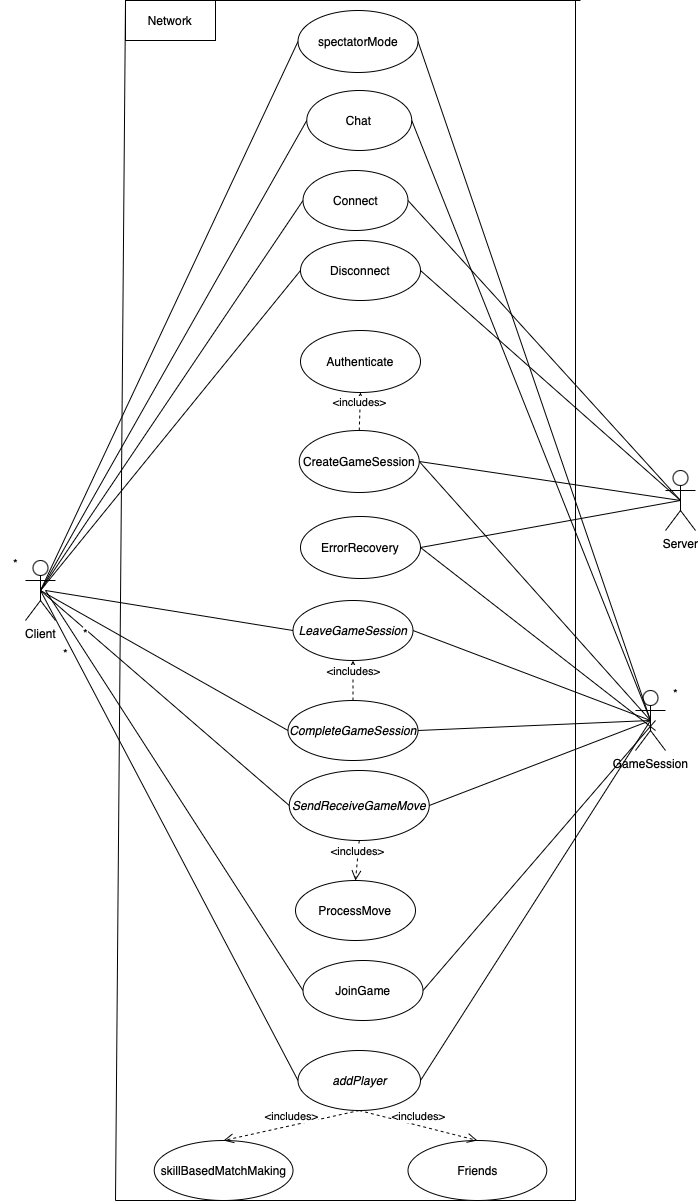
Earlier version of the draw.io export docs/diagrams/NetworkingUseCaseDiagram.png (marinara782/OMG-Multiplayer-Project). Source tidied: cells renumbered, new cells last; positions are measured from the earlier drawing's top-left corner, leaving out a move shared by most shapes.
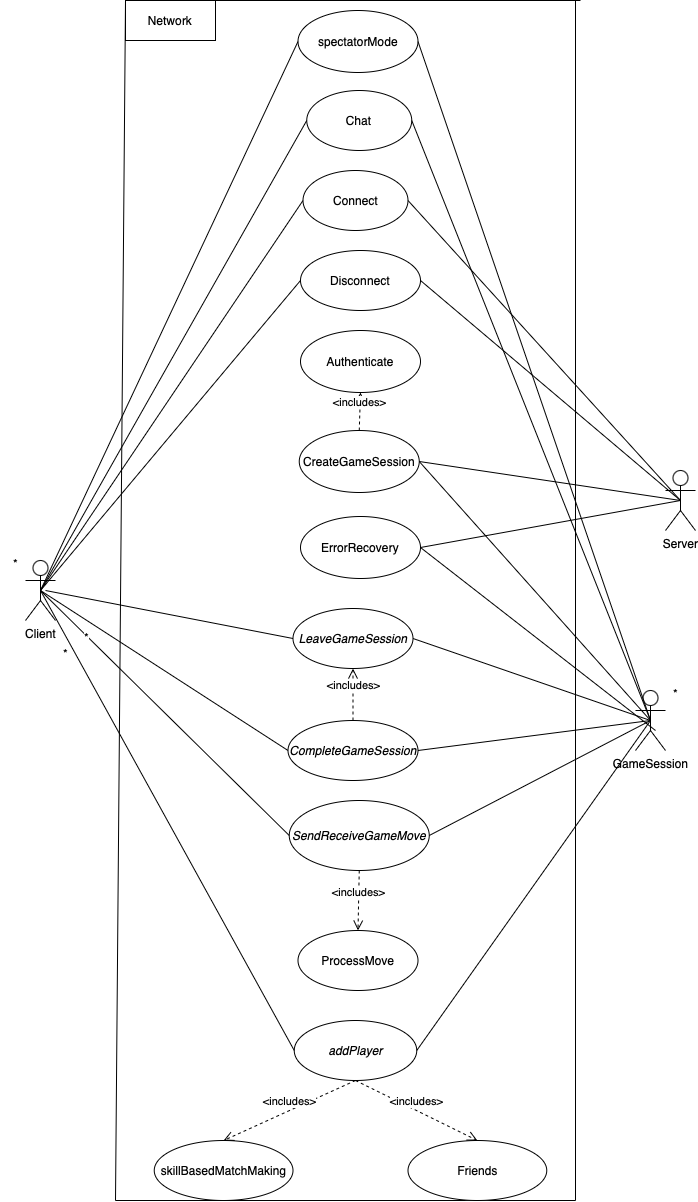
After the commit.

The edit, as a diff of the source:
```diff
@@ -15,7 +15,7 @@
       <mxGeometry x="302.5" y="170" width="105" height="60" as="geometry" />
     </mxCell>
     <mxCell id="6" value="Disconnect" style="ellipse;whiteSpace=wrap;html=1;" parent="1" vertex="1">
-      <mxGeometry x="300" y="240" width="120" height="60" as="geometry" />
+      <mxGeometry x="300" y="250" width="120" height="60" as="geometry" />
     </mxCell>
     <mxCell id="7" style="endArrow=none;html=1;rounded=0;exitX=0.5;exitY=0.5;exitDx=0;exitDy=0;exitPerimeter=0;entryX=0;entryY=0.5;entryDx=0;entryDy=0;" parent="1" edge="1" source="2" target="5">
       <mxGeometry relative="1" as="geometry" />
@@ -30,7 +30,7 @@
       <mxGeometry relative="1" as="geometry" />
     </mxCell>
     <mxCell id="11" value="&lt;i&gt;SendReceiveGameMove&lt;/i&gt;" style="ellipse;whiteSpace=wrap;html=1;" parent="1" vertex="1">
-      <mxGeometry x="288.8" y="770" width="140" height="70" as="geometry" />
+      <mxGeometry x="288.8" y="800" width="140" height="70" as="geometry" />
     </mxCell>
     <mxCell id="12" style="endArrow=none;html=1;rounded=0;exitX=0.5;exitY=0.5;exitDx=0;exitDy=0;exitPerimeter=0;entryX=0;entryY=0.5;entryDx=0;entryDy=0;" parent="1" edge="1" source="2" target="11">
       <mxGeometry relative="1" as="geometry" />
@@ -59,7 +59,7 @@
       <mxGeometry x="660" y="678" width="30" height="30" as="geometry" />
     </mxCell>
     <mxCell id="20" value="&lt;i&gt;addPlayer&lt;/i&gt;" style="ellipse;whiteSpace=wrap;html=1;" parent="1" vertex="1">
-      <mxGeometry x="297.5" y="1050" width="122.5" height="60" as="geometry" />
+      <mxGeometry x="293.8" y="1020" width="122.5" height="60" as="geometry" />
     </mxCell>
     <mxCell id="21" style="endArrow=none;html=1;rounded=0;entryX=0.5;entryY=0.5;entryDx=0;entryDy=0;entryPerimeter=0;exitX=1;exitY=0.5;exitDx=0;exitDy=0;" parent="1" edge="1" source="20" target="4">
       <mxGeometry relative="1" as="geometry" />
@@ -71,7 +71,7 @@
       <mxGeometry x="153.8" y="1140" width="138.8" height="60" as="geometry" />
     </mxCell>
     <mxCell id="24" value="ProcessMove" style="ellipse;whiteSpace=wrap;html=1;" parent="1" vertex="1">
-      <mxGeometry x="295" y="880" width="120" height="60" as="geometry" />
+      <mxGeometry x="297.5" y="930" width="120" height="60" as="geometry" />
     </mxCell>
     <mxCell id="25" value="&amp;lt;includes&amp;gt;" style="html=1;verticalAlign=bottom;endArrow=open;dashed=1;endSize=8;curved=0;rounded=0;exitX=0.5;exitY=1;exitDx=0;exitDy=0;entryX=0.5;entryY=0;entryDx=0;entryDy=0;" parent="1" edge="1" source="11" target="24">
       <mxGeometry relative="1" as="geometry" />
@@ -122,10 +122,10 @@
       <mxGeometry relative="1" as="geometry" />
     </mxCell>
     <mxCell id="37" value="&lt;i&gt;LeaveGameSession&lt;/i&gt;" style="ellipse;whiteSpace=wrap;html=1;" parent="1" vertex="1">
-      <mxGeometry x="292.5" y="600" width="120" height="60" as="geometry" />
+      <mxGeometry x="292.5" y="608" width="120" height="60" as="geometry" />
     </mxCell>
     <mxCell id="38" value="&lt;i&gt;CompleteGameSession&lt;/i&gt;" style="ellipse;whiteSpace=wrap;html=1;" parent="1" vertex="1">
-      <mxGeometry x="287.5" y="700" width="130" height="60" as="geometry" />
+      <mxGeometry x="287.5" y="720" width="130" height="60" as="geometry" />
     </mxCell>
     <mxCell id="39" style="endArrow=none;html=1;rounded=0;entryX=0;entryY=0.5;entryDx=0;entryDy=0;" parent="1" edge="1" target="37">
       <mxGeometry relative="1" as="geometry">
@@ -159,19 +159,6 @@
     <mxCell id="48" style="endArrow=none;html=1;rounded=0;entryX=1;entryY=0.5;entryDx=0;entryDy=0;exitX=0.5;exitY=0.5;exitDx=0;exitDy=0;exitPerimeter=0;" parent="1" edge="1" source="4" target="46">
       <mxGeometry relative="1" as="geometry" />
     </mxCell>
-    <mxCell id="49" value="JoinGame" style="ellipse;whiteSpace=wrap;html=1;" parent="1" vertex="1">
-      <mxGeometry x="302.5" y="960" width="120" height="60" as="geometry" />
-    </mxCell>
-    <mxCell id="50" style="endArrow=none;html=1;rounded=0;exitX=0;exitY=0.5;exitDx=0;exitDy=0;" parent="1" edge="1" source="49">
-      <mxGeometry relative="1" as="geometry">
-        <mxPoint x="45" y="590" as="targetPoint" />
-      </mxGeometry>
-    </mxCell>
-    <mxCell id="51" style="endArrow=none;html=1;rounded=0;exitX=1;exitY=0.5;exitDx=0;exitDy=0;" parent="1" edge="1" source="49">
-      <mxGeometry relative="1" as="geometry">
-        <mxPoint x="655" y="720" as="targetPoint" />
-      </mxGeometry>
-    </mxCell>
     <mxCell id="52" value="ErrorRecovery" style="ellipse;whiteSpace=wrap;html=1;" parent="1" vertex="1">
       <mxGeometry x="300" y="516" width="120" height="62" as="geometry" />
     </mxCell>
```
